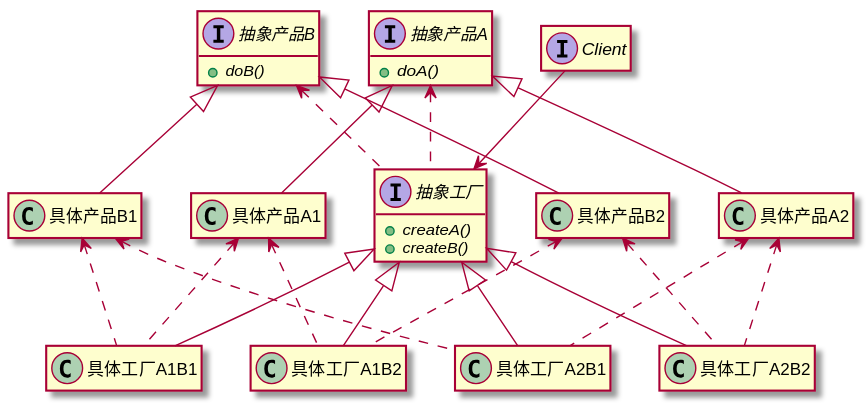
Earlier version of the PlantUML export programming/patterns/AbstractFactory/Class.svg (pvc1989/miniWiki). Source of this version:
```plantuml
@startuml
interface 抽象产品A {
  {abstract} +doA()
}
interface 抽象产品B {
  {abstract} +doB()
}
interface 抽象工厂 {
  {abstract} +createA()
  {abstract} +createB()
}
interface Client
Client -down-> 抽象工厂

抽象工厂 .up.> 抽象产品A
抽象工厂 .up.> 抽象产品B

抽象产品A <|-- 具体产品A1
抽象产品A <|-- 具体产品A2
抽象产品B <|-- 具体产品B1
抽象产品B <|-- 具体产品B2

具体产品A1 <.. 具体工厂A1B1
具体产品B1 <.. 具体工厂A1B1
抽象工厂 <|-- 具体工厂A1B1

具体产品A1 <.. 具体工厂A1B2
具体产品B2 <.. 具体工厂A1B2
抽象工厂 <|-- 具体工厂A1B2

具体产品A2 <.. 具体工厂A2B1
具体产品B1 <.. 具体工厂A2B1
抽象工厂 <|-- 具体工厂A2B1

具体产品A2 <.. 具体工厂A2B2
具体产品B2 <.. 具体工厂A2B2
抽象工厂 <|-- 具体工厂A2B2

hide empty attributes
hide empty methods
@enduml
```
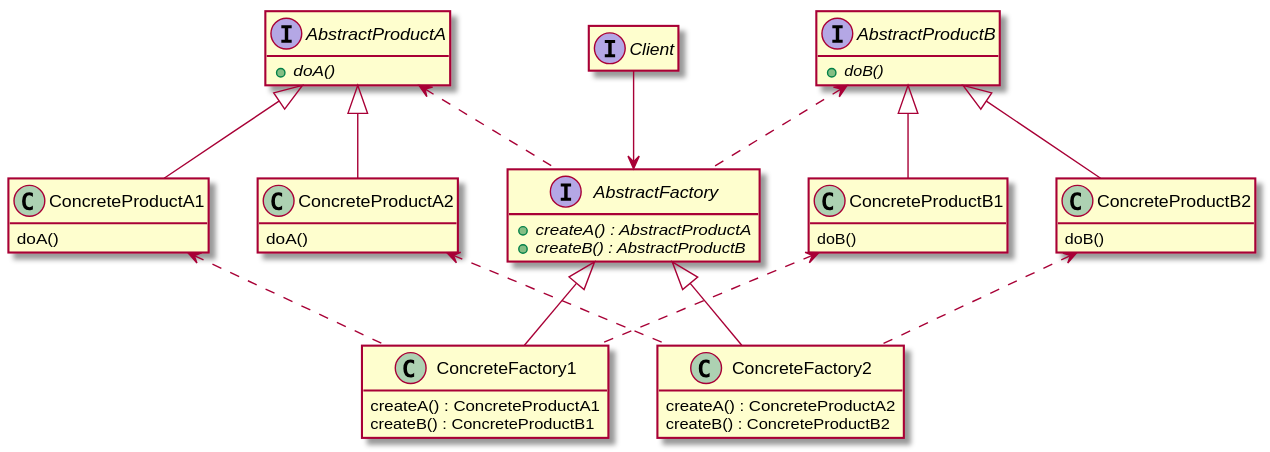
After the commit.

Commit message:
Simplify class diagram for AbstractFactory.

Change to the diagram source:
```diff
@@ -1,40 +1,54 @@
 @startuml
-interface 抽象产品A {
+interface AbstractProductA {
   {abstract} +doA()
 }
-interface 抽象产品B {
+interface AbstractProductB {
   {abstract} +doB()
 }
-interface 抽象工厂 {
-  {abstract} +createA()
-  {abstract} +createB()
+interface AbstractFactory {
+  {abstract} +createA() : AbstractProductA
+  {abstract} +createB() : AbstractProductB
 }
 interface Client
-Client -down-> 抽象工厂
+Client -down-> AbstractFactory
 
-抽象工厂 .up.> 抽象产品A
-抽象工厂 .up.> 抽象产品B
+AbstractFactory .up.> AbstractProductA
+AbstractFactory .up.> AbstractProductB
 
-抽象产品A <|-- 具体产品A1
-抽象产品A <|-- 具体产品A2
-抽象产品B <|-- 具体产品B1
-抽象产品B <|-- 具体产品B2
+AbstractProductA <|-- ConcreteProductA1
+AbstractProductA <|-- ConcreteProductA2
+AbstractProductB <|-- ConcreteProductB1
+AbstractProductB <|-- ConcreteProductB2
 
-具体产品A1 <.. 具体工厂A1B1
-具体产品B1 <.. 具体工厂A1B1
-抽象工厂 <|-- 具体工厂A1B1
+class ConcreteProductA1 {
+  doA()
+}
+class ConcreteProductA2 {
+  doA()
+}
+class ConcreteProductB1 {
+  doB()
+}
+class ConcreteProductB2 {
+  doB()
+}
 
-具体产品A1 <.. 具体工厂A1B2
-具体产品B2 <.. 具体工厂A1B2
-抽象工厂 <|-- 具体工厂A1B2
+ConcreteProductA1 <.. ConcreteFactory1
+ConcreteProductB1 <.. ConcreteFactory1
+AbstractFactory <|-- ConcreteFactory1
 
-具体产品A2 <.. 具体工厂A2B1
-具体产品B1 <.. 具体工厂A2B1
-抽象工厂 <|-- 具体工厂A2B1
+ConcreteProductA2 <.. ConcreteFactory2
+ConcreteProductB2 <.. ConcreteFactory2
+AbstractFactory <|-- ConcreteFactory2
 
-具体产品A2 <.. 具体工厂A2B2
-具体产品B2 <.. 具体工厂A2B2
-抽象工厂 <|-- 具体工厂A2B2
+class ConcreteFactory1 {
+  createA() : ConcreteProductA1
+  createB() : ConcreteProductB1
+}
+class ConcreteFactory2 {
+  createA() : ConcreteProductA2
+  createB() : ConcreteProductB2
+}
 
 hide empty attributes
 hide empty methods
```
